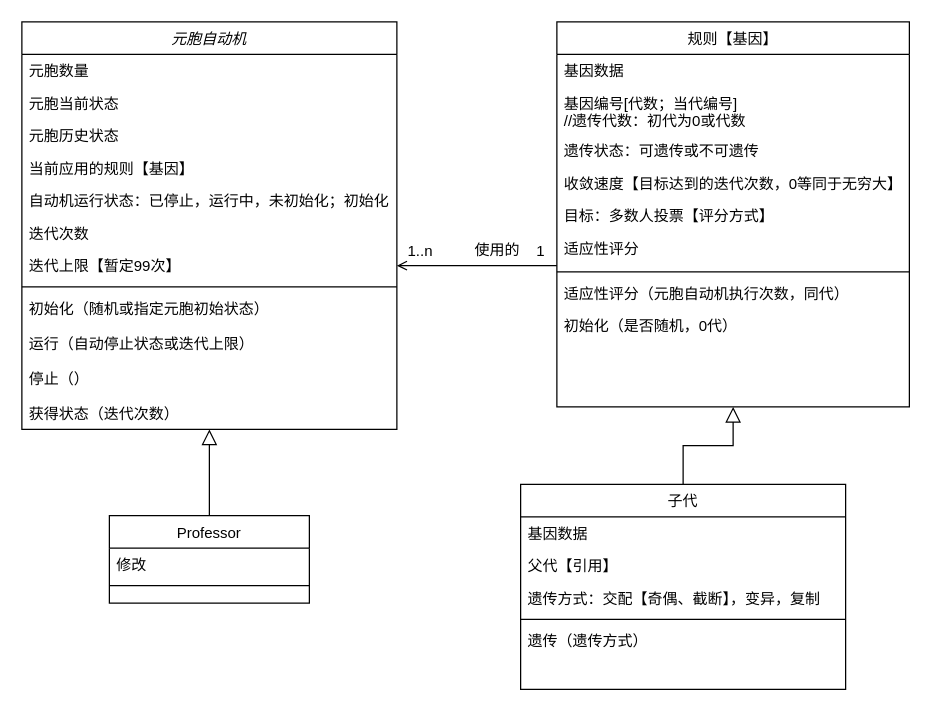
Before: 元胞自动机V0.5.drawio in ligumi/CellularAutomataProject, a draw.io diagram. Source tidied: cells renumbered, new cells numbered last; positions are measured from the earlier drawing's top-left corner, leaving out a move shared by most shapes. Both pictures are drawn from the tidied source at 125%, with x=0, y=0 at pixel (21, 21).
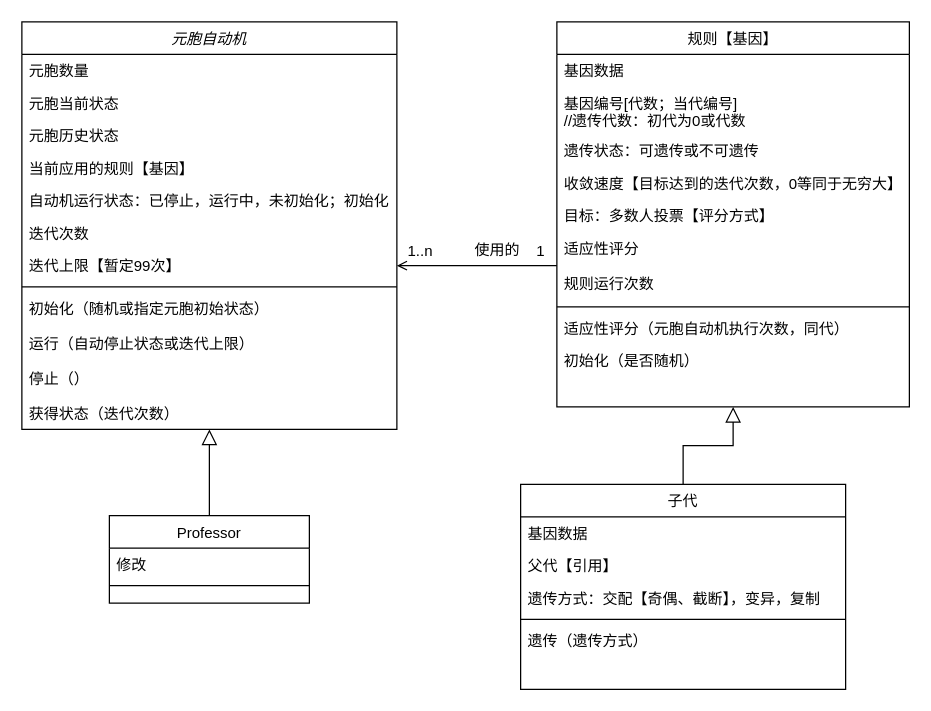
The same page after the edit.

Commit message:
Update 元胞自动机V0.5.drawio

The change refers to these unchanged cells:
```xml
<mxCell id="26" value="规则【基因】" style="swimlane;fontStyle=0;align=center;verticalAlign=top;horizontal=1;startSize=26;rounded=0;shadow=0;strokeWidth=1;" parent="1" vertex="1">
  <mxGeometry x="428" width="282" height="308" as="geometry" />
</mxCell>
```

The edit, as a diff of the source:
```diff
@@
+    <mxCell id="40" value="规则运行次数&#10;" style="text;align=left;verticalAlign=top;spacingLeft=4;spacingRight=4;overflow=hidden;" parent="26" vertex="1">
+      <mxGeometry y="196" width="282" height="28" as="geometry" />
+    </mxCell>
     <mxCell id="33" style="line;html=1;strokeWidth=1;align=left;verticalAlign=middle;spacingTop=-1;spacingLeft=3;spacingRight=3;labelPosition=right;" parent="26" vertex="1">
-      <mxGeometry y="196" width="282" height="8" as="geometry" />
+      <mxGeometry y="224" width="282" height="8" as="geometry" />
     </mxCell>
     <mxCell id="34" value="适应性评分（元胞自动机执行次数，同代）" style="text;align=left;verticalAlign=top;spacingLeft=4;spacingRight=4;overflow=hidden;" parent="26" vertex="1">
-      <mxGeometry y="204" width="282" height="26" as="geometry" />
+      <mxGeometry y="232" width="282" height="26" as="geometry" />
     </mxCell>
-    <mxCell id="35" value="初始化（是否随机，0代）" style="text;align=left;verticalAlign=top;spacingLeft=4;spacingRight=4;overflow=hidden;" parent="26" vertex="1">
-      <mxGeometry y="230" width="282" height="26" as="geometry" />
+    <mxCell id="35" value="初始化（是否随机）" style="text;align=left;verticalAlign=top;spacingLeft=4;spacingRight=4;overflow=hidden;" parent="26" vertex="1">
+      <mxGeometry y="258" width="282" height="26" as="geometry" />
     </mxCell>
```
